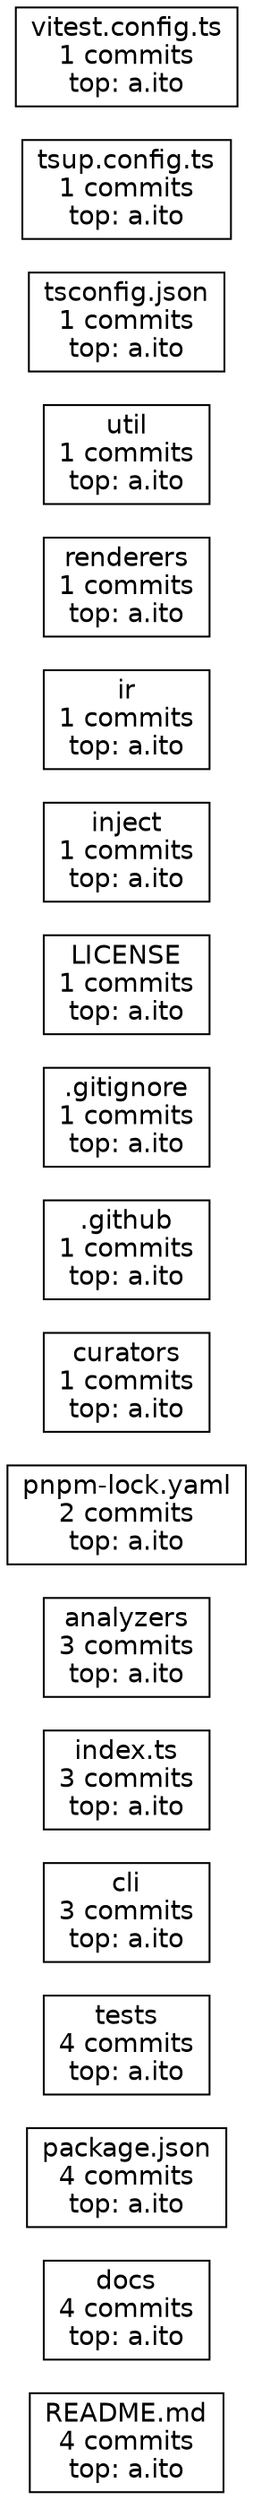
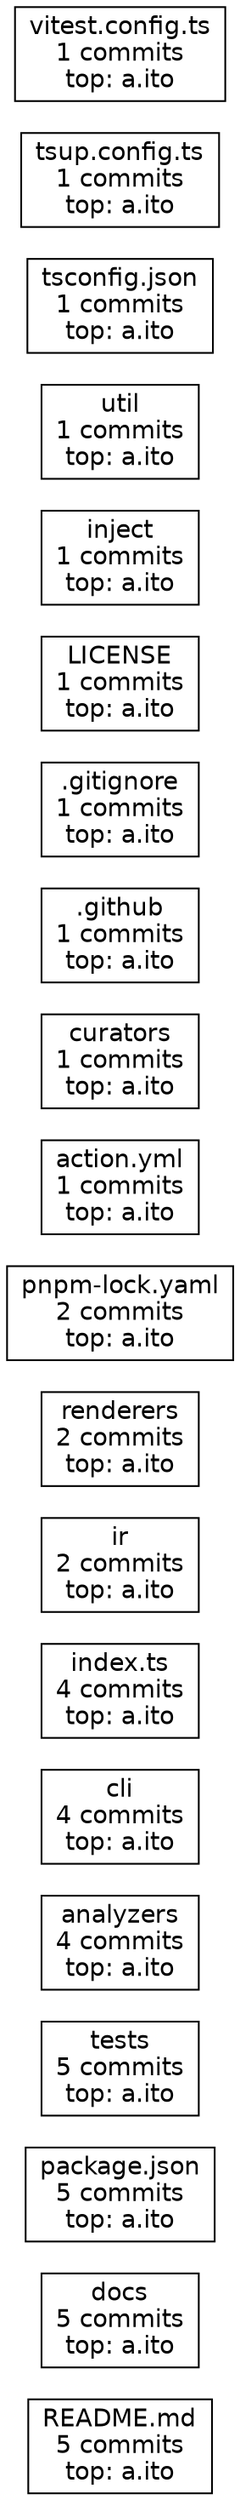
digraph G {
    rankdir=LR;
    node [shape=box, fontname="Helvetica"];
    edge [fontname="Helvetica", fontsize=10];
-     "README.md" [label="README.md\n4 commits\ntop: a.ito"];
-     "docs" [label="docs\n4 commits\ntop: a.ito"];
-     "package.json" [label="package.json\n4 commits\ntop: a.ito"];
-     "tests" [label="tests\n4 commits\ntop: a.ito"];
-     "cli" [label="cli\n3 commits\ntop: a.ito"];
-     "index.ts" [label="index.ts\n3 commits\ntop: a.ito"];
-     "analyzers" [label="analyzers\n3 commits\ntop: a.ito"];
+     "README.md" [label="README.md\n5 commits\ntop: a.ito"];
+     "docs" [label="docs\n5 commits\ntop: a.ito"];
+     "package.json" [label="package.json\n5 commits\ntop: a.ito"];
+     "tests" [label="tests\n5 commits\ntop: a.ito"];
+     "analyzers" [label="analyzers\n4 commits\ntop: a.ito"];
+     "cli" [label="cli\n4 commits\ntop: a.ito"];
+     "index.ts" [label="index.ts\n4 commits\ntop: a.ito"];
+     "ir" [label="ir\n2 commits\ntop: a.ito"];
+     "renderers" [label="renderers\n2 commits\ntop: a.ito"];
    "pnpm-lock.yaml" [label="pnpm-lock.yaml\n2 commits\ntop: a.ito"];
+     "action.yml" [label="action.yml\n1 commits\ntop: a.ito"];
    "curators" [label="curators\n1 commits\ntop: a.ito"];
    ".github" [label=".github\n1 commits\ntop: a.ito"];
    ".gitignore" [label=".gitignore\n1 commits\ntop: a.ito"];
    "LICENSE" [label="LICENSE\n1 commits\ntop: a.ito"];
    "inject" [label="inject\n1 commits\ntop: a.ito"];
-     "ir" [label="ir\n1 commits\ntop: a.ito"];
-     "renderers" [label="renderers\n1 commits\ntop: a.ito"];
    "util" [label="util\n1 commits\ntop: a.ito"];
    "tsconfig.json" [label="tsconfig.json\n1 commits\ntop: a.ito"];
    "tsup.config.ts" [label="tsup.config.ts\n1 commits\ntop: a.ito"];
    "vitest.config.ts" [label="vitest.config.ts\n1 commits\ntop: a.ito"];
}